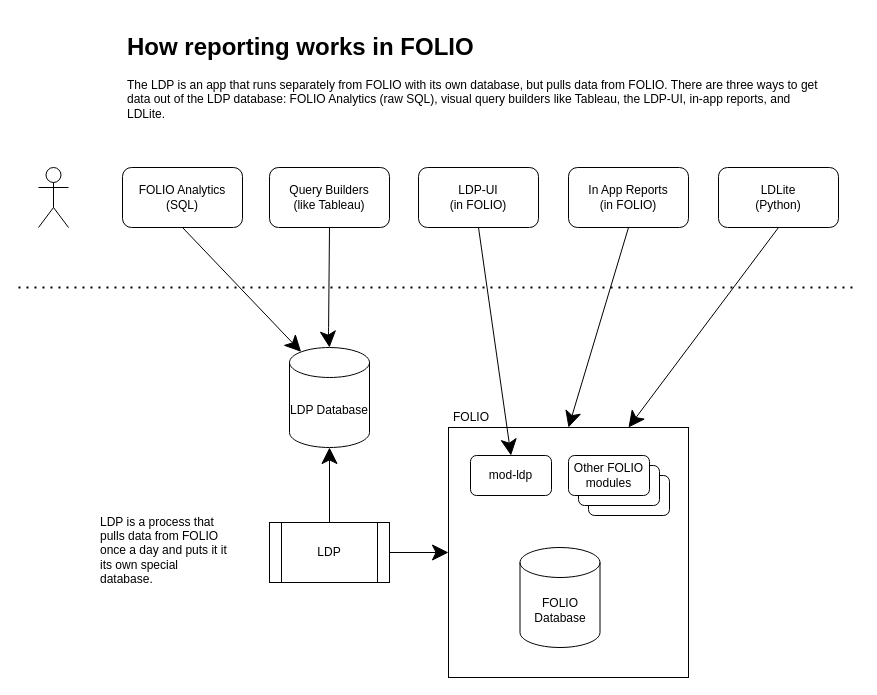
Earlier version of the draw.io diagram how-the-ldp-works.drawio (culibraries/library-reporting). Source tidied: cells renumbered, new cells numbered last; positions are measured from the earlier drawing's top-left corner, leaving out a move shared by most shapes. Both pictures are drawn from the tidied source at 100%, with x=0, y=0 at pixel (18, 27).
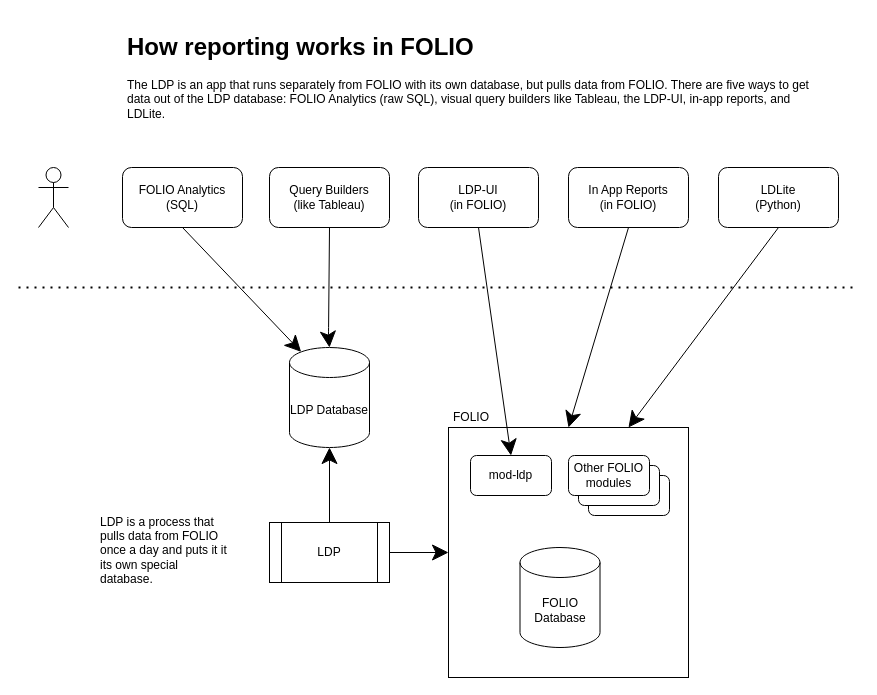
The same page after the edit.

What changed in the source:
```diff
@@
-    <mxCell id="13" value="&lt;h1&gt;How reporting works in FOLIO&lt;/h1&gt;&lt;p&gt;The LDP is an app that runs separately from FOLIO with its own database, but pulls data from FOLIO. There are three ways to get data out of the LDP database: FOLIO Analytics (raw SQL), visual query builders like Tableau, the LDP-UI, in-app reports, and LDLite.&lt;/p&gt;" style="text;html=1;strokeColor=none;fillColor=none;spacing=5;spacingTop=-20;whiteSpace=wrap;overflow=hidden;rounded=0;hachureGap=4;" parent="1" vertex="1">
+    <mxCell id="13" value="&lt;h1&gt;How reporting works in FOLIO&lt;/h1&gt;&lt;p&gt;The LDP is an app that runs separately from FOLIO with its own database, but pulls data from FOLIO. There are five ways to get data out of the LDP database: FOLIO Analytics (raw SQL), visual query builders like Tableau, the LDP-UI, in-app reports, and LDLite.&lt;/p&gt;" style="text;html=1;strokeColor=none;fillColor=none;spacing=5;spacingTop=-20;whiteSpace=wrap;overflow=hidden;rounded=0;hachureGap=4;" parent="1" vertex="1">
       <mxGeometry x="104" width="706" height="120" as="geometry" />
     </mxCell>
```
